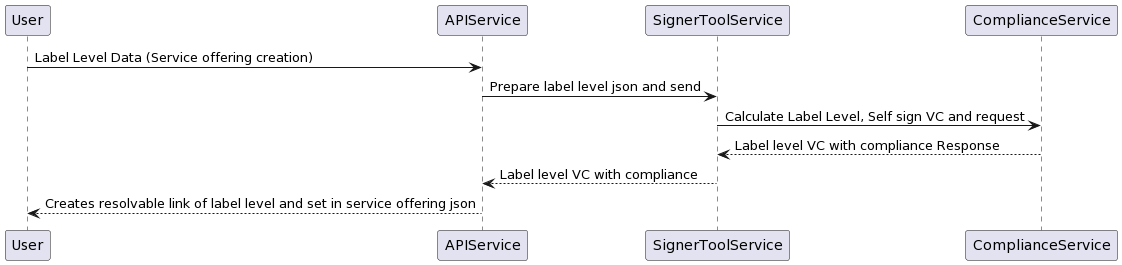
The PlantUML diagram docs/create-label-level.png in smartSenseSolutions/gaia-x-signer-tool, before a commit.
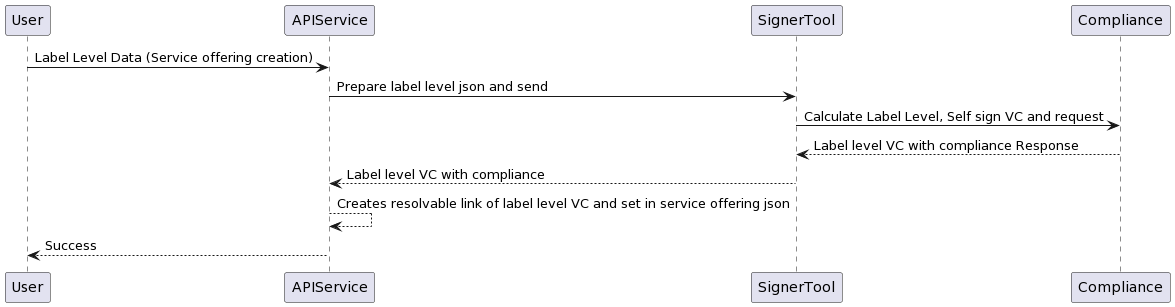
After the change.

Commit message:
fix: service offering description and sequence diagram added

What changed in the source:
```diff
@@ -1,9 +1,10 @@
 @startuml
 User -> APIService: Label Level Data (Service offering creation)
-APIService -> SignerToolService: Prepare label level json and send
-SignerToolService -> ComplianceService: Calculate Label Level, Self sign VC and request
+APIService -> SignerTool: Prepare label level json and send
+SignerTool -> Compliance: Calculate Label Level, Self sign VC and request
 
-ComplianceService --> SignerToolService: Label level VC with compliance Response
-SignerToolService --> APIService: Label level VC with compliance
-APIService --> User: Creates resolvable link of label level and set in service offering json
+Compliance --> SignerTool: Label level VC with compliance Response
+SignerTool --> APIService: Label level VC with compliance
+APIService --> APIService: Creates resolvable link of label level VC and set in service offering json
+APIService --> User: Success
 @enduml
```
